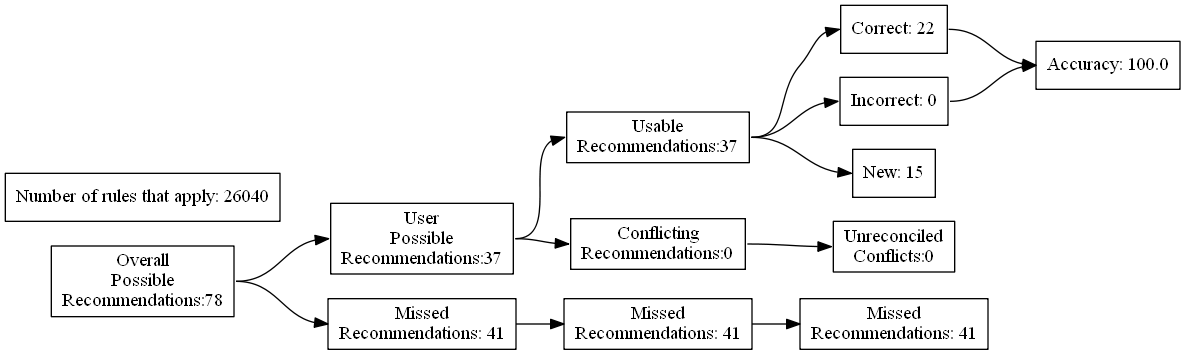
Before: test_renders/39.gv.png, a diagram exported from Graphviz (ZaxR/ibd_diet_analysis). Its source is kept beside it as test_renders/39.gv.
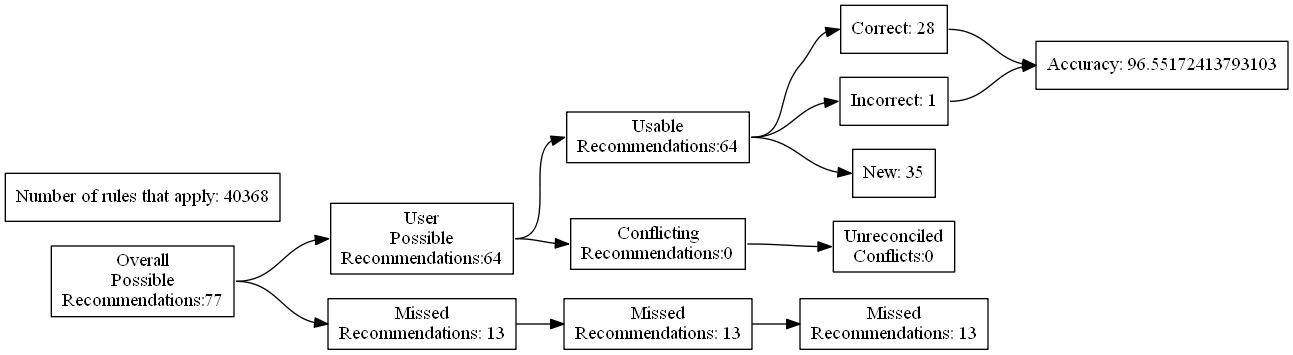
After the commit.

The edit, as a diff of the source:
```diff
@@ -4,27 +4,27 @@
 	edge [headport=w tailport=e]
 		A [label="Overall
 Possible
-Recommendations:78"]
+Recommendations:77"]
 		B [label="User
 Possible
-Recommendations:37"]
+Recommendations:64"]
 		C [label="Missed
-Recommendations: 41"]
+Recommendations: 13"]
 		D [label="Usable
-Recommendations:37"]
+Recommendations:64"]
 		E [label="Conflicting
 Recommendations:0"]
 		J [label="Missed
-Recommendations: 41"]
+Recommendations: 13"]
 		M [label="Unreconciled
 Conflicts:0"]
-		F [label="Correct: 22"]
-		G [label="Incorrect: 0"]
-		H [label="New: 15"]
+		F [label="Correct: 28"]
+		G [label="Incorrect: 1"]
+		H [label="New: 35"]
 		K [label="Missed
-Recommendations: 41"]
-		I [label="Accuracy: 100.0"]
-		l [label="Number of rules that apply: 26040"]
+Recommendations: 13"]
+		I [label="Accuracy: 96.55172413793103"]
+		l [label="Number of rules that apply: 40368"]
 			A -> B
 			A -> C
 			B -> D
```
